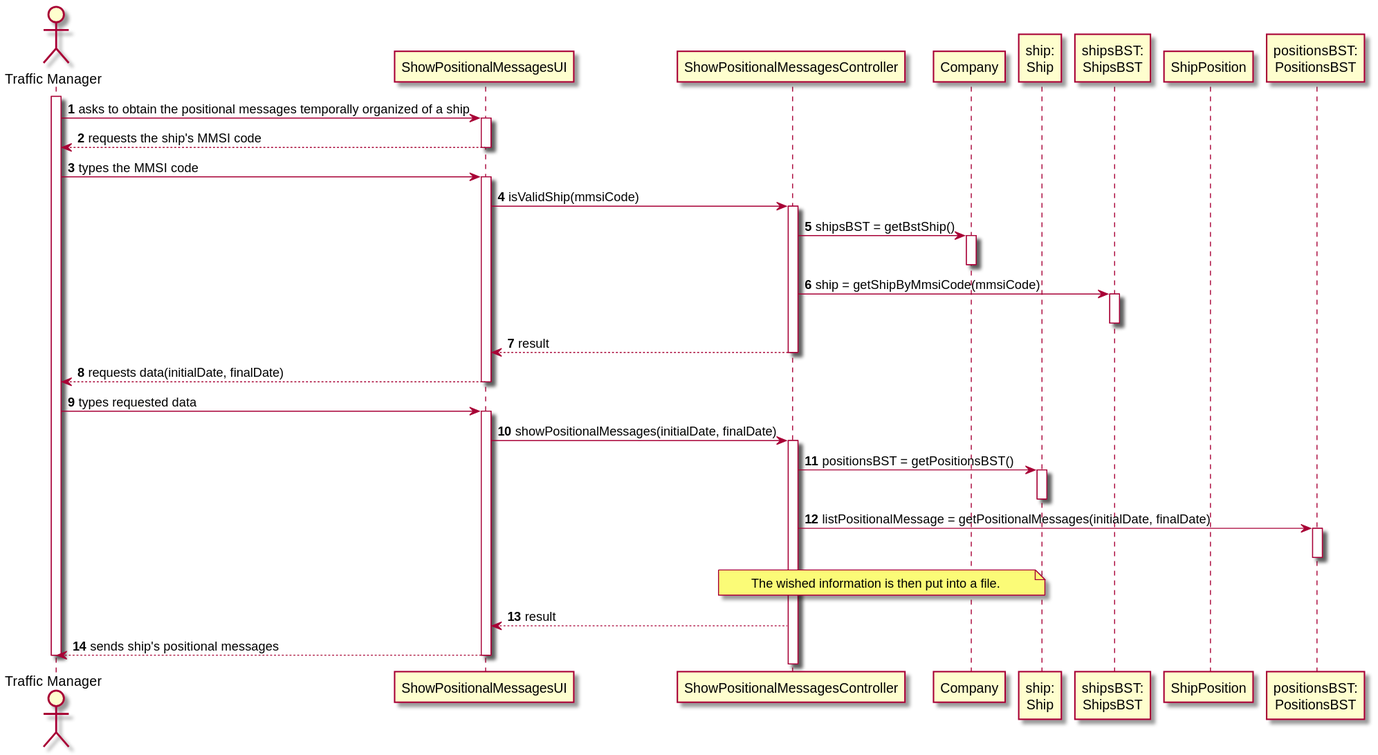
Above: docs/US103/US103_SD.svg in ana-albergaria/LAPR3-ISEP (PlantUML), before the change.
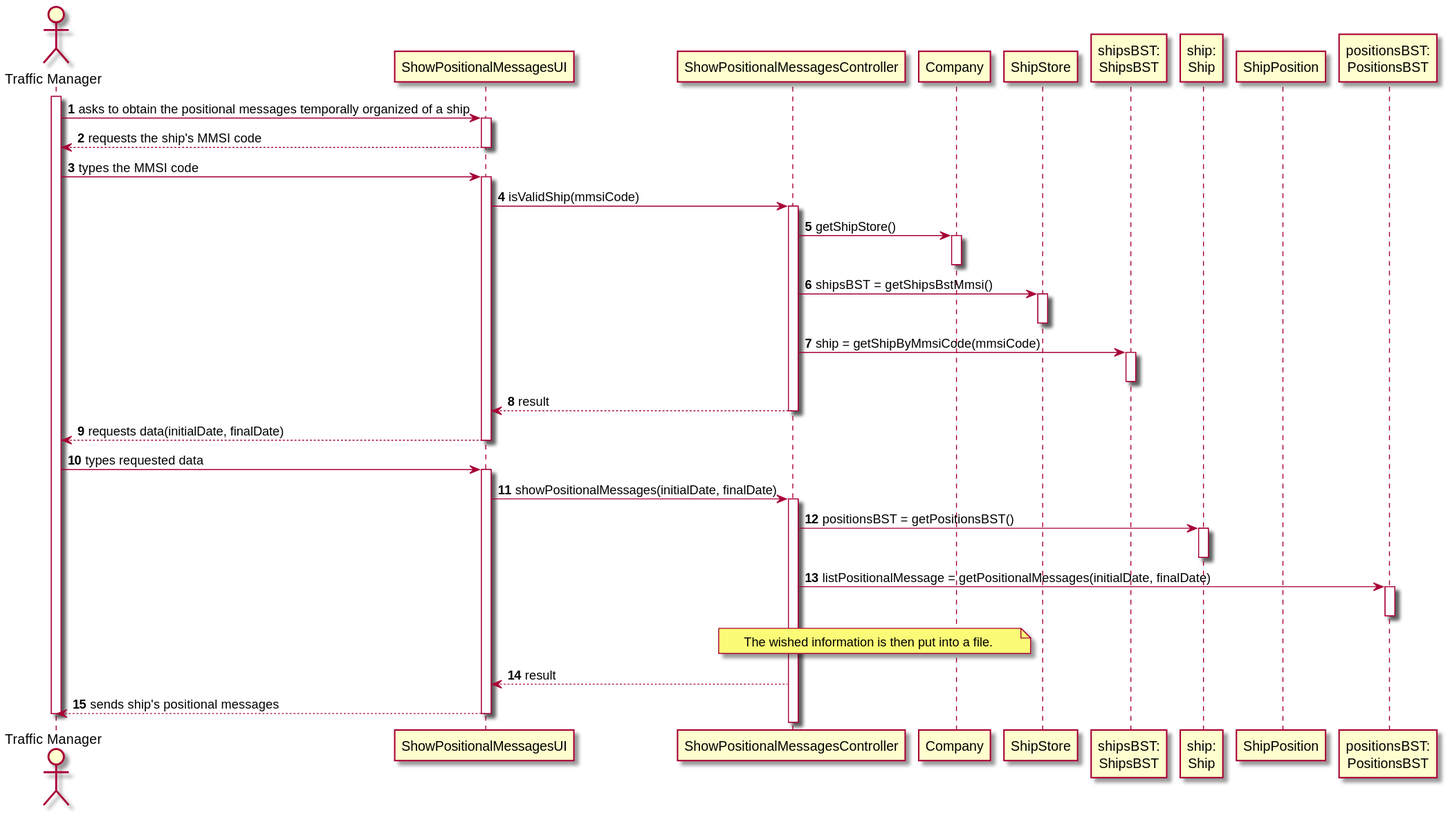
After the change.

Diff of the diagram source:
```diff
@@ -6,8 +6,9 @@
 participant "ShowPositionalMessagesUI" as UI
 participant "ShowPositionalMessagesController" as CTRL
 participant "Company" as COMP
+participant "ShipStore" as SHIP_STORE
+participant "shipsBST:\nShipsBST" as BstShip
 participant "ship:\nShip" as S
-participant "shipsBST:\nShipsBST" as BstShip
 participant "ShipPosition" as SP
 participant "positionsBST:\nPositionsBST" as BstPosition
 
@@ -21,9 +22,12 @@
 activate "UI"
 UI -> CTRL : isValidShip(mmsiCode)
 activate CTRL
-CTRL -> COMP : shipsBST = getBstShip()
+CTRL -> COMP : getShipStore()
 activate COMP
 deactivate COMP
+CTRL -> SHIP_STORE : shipsBST = getShipsBstMmsi()
+activate SHIP_STORE
+deactivate SHIP_STORE
 CTRL -> BstShip : ship = getShipByMmsiCode(mmsiCode)
 activate BstShip
 deactivate BstShip
```
